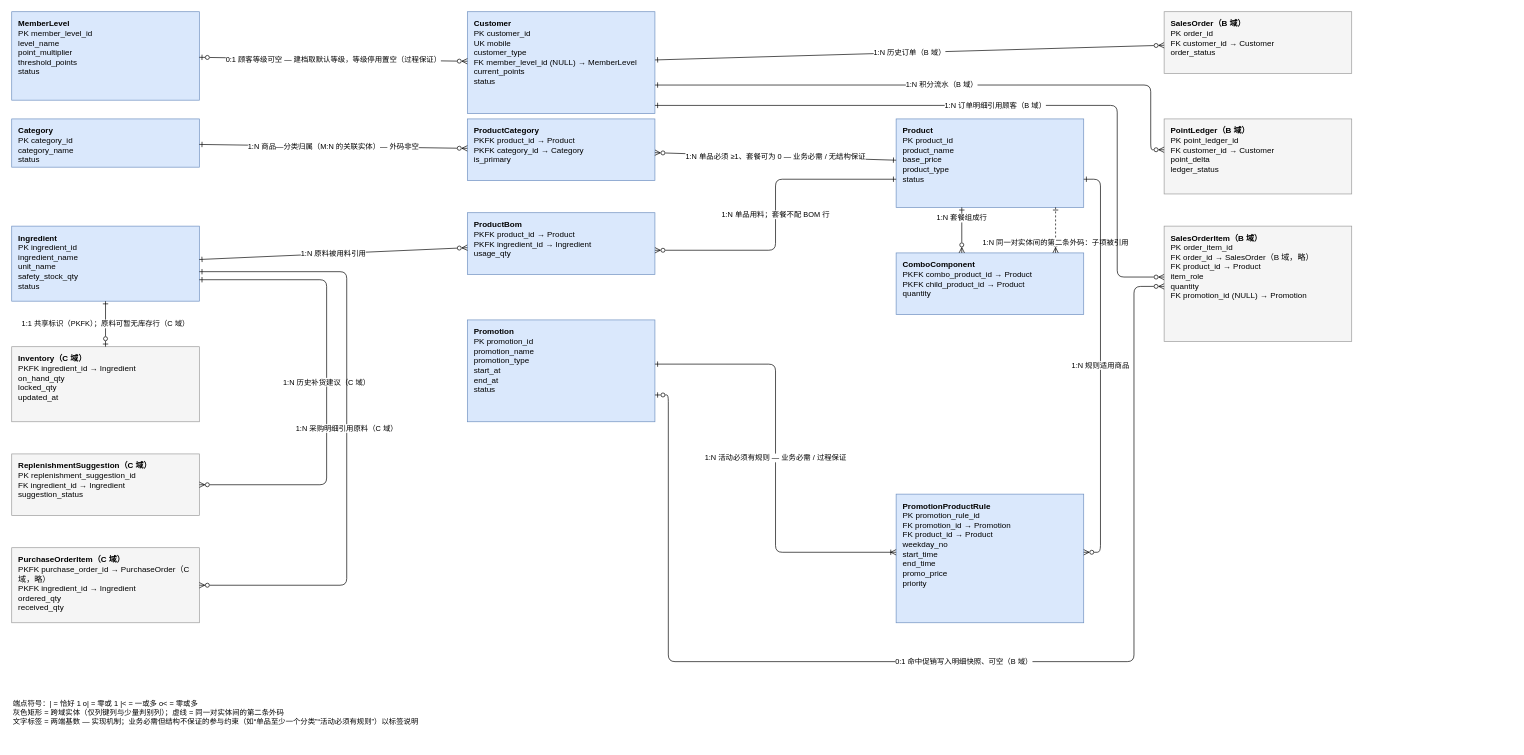
This is docs/er/a-master.drawio from HZYoier/KFC-DB, a draw.io file, before an edit. Source tidied: cells renumbered, new cells numbered last; positions are measured from the earlier drawing's top-left corner, leaving out a move shared by most shapes. Both pictures are drawn from the tidied source at 67%, with x=0, y=0 at pixel (11, 11).
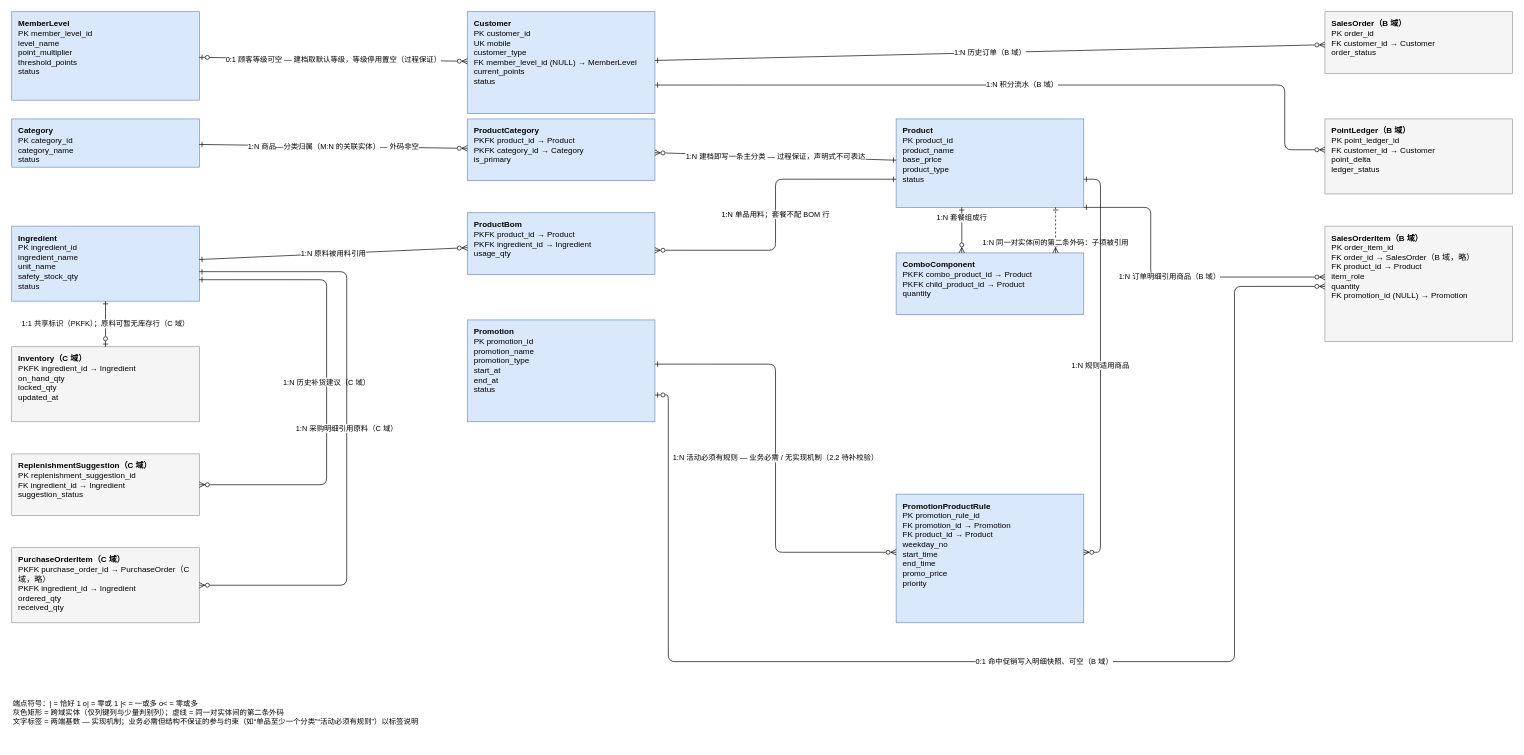
The same page after the edit.

Commit message (it also covers changes not shown here):
docs(er): fix the A-domain r12 edge and align three labels with the schema

The change refers to these unchanged cells:
```xml
<mxCell id="8" value="&lt;b&gt;Customer&lt;/b&gt;&lt;br&gt;PK customer_id&lt;br&gt;UK mobile&lt;br&gt;customer_type&lt;br&gt;FK member_level_id (NULL) → MemberLevel&lt;br&gt;current_points&lt;br&gt;status" style="rounded=0;whiteSpace=wrap;html=1;align=left;verticalAlign=top;spacingLeft=8;spacingTop=4;fontSize=12;fillColor=#dae8fc;strokeColor=#6c8ebf;" parent="1" vertex="1">
  <mxGeometry x="680" width="280" height="152" as="geometry" />
</mxCell>
<mxCell id="9" value="&lt;b&gt;ProductCategory&lt;/b&gt;&lt;br&gt;PKFK product_id → Product&lt;br&gt;PKFK category_id → Category&lt;br&gt;is_primary" style="rounded=0;whiteSpace=wrap;html=1;align=left;verticalAlign=top;spacingLeft=8;spacingTop=4;fontSize=12;fillColor=#dae8fc;strokeColor=#6c8ebf;" parent="1" vertex="1">
  <mxGeometry x="680" y="160" width="280" height="92" as="geometry" />
</mxCell>
<mxCell id="11" value="&lt;b&gt;Promotion&lt;/b&gt;&lt;br&gt;PK promotion_id&lt;br&gt;promotion_name&lt;br&gt;promotion_type&lt;br&gt;start_at&lt;br&gt;end_at&lt;br&gt;status" style="rounded=0;whiteSpace=wrap;html=1;align=left;verticalAlign=top;spacingLeft=8;spacingTop=4;fontSize=12;fillColor=#dae8fc;strokeColor=#6c8ebf;" parent="1" vertex="1">
  <mxGeometry x="680" y="460" width="280" height="152" as="geometry" />
</mxCell>
<mxCell id="12" value="&lt;b&gt;Product&lt;/b&gt;&lt;br&gt;PK product_id&lt;br&gt;product_name&lt;br&gt;base_price&lt;br&gt;product_type&lt;br&gt;status" style="rounded=0;whiteSpace=wrap;html=1;align=left;verticalAlign=top;spacingLeft=8;spacingTop=4;fontSize=12;fillColor=#dae8fc;strokeColor=#6c8ebf;" parent="1" vertex="1">
  <mxGeometry x="1320" y="160" width="280" height="132" as="geometry" />
</mxCell>
<mxCell id="14" value="&lt;b&gt;PromotionProductRule&lt;/b&gt;&lt;br&gt;PK promotion_rule_id&lt;br&gt;FK promotion_id → Promotion&lt;br&gt;FK product_id → Product&lt;br&gt;weekday_no&lt;br&gt;start_time&lt;br&gt;end_time&lt;br&gt;promo_price&lt;br&gt;priority" style="rounded=0;whiteSpace=wrap;html=1;align=left;verticalAlign=top;spacingLeft=8;spacingTop=4;fontSize=12;fillColor=#dae8fc;strokeColor=#6c8ebf;" parent="1" vertex="1">
  <mxGeometry x="1320" y="720" width="280" height="192" as="geometry" />
</mxCell>
```

Diff of the diagram source:
```diff
@@
     <mxCell id="15" value="&lt;b&gt;SalesOrder（B 域）&lt;/b&gt;&lt;br&gt;PK order_id&lt;br&gt;FK customer_id → Customer&lt;br&gt;order_status" style="rounded=0;whiteSpace=wrap;html=1;align=left;verticalAlign=top;spacingLeft=8;spacingTop=4;fontSize=12;fillColor=#f5f5f5;strokeColor=#999999;" parent="1" vertex="1">
-      <mxGeometry x="1720" width="280" height="92" as="geometry" />
+      <mxGeometry x="1960" width="280" height="92" as="geometry" />
     </mxCell>
     <mxCell id="16" value="&lt;b&gt;PointLedger（B 域）&lt;/b&gt;&lt;br&gt;PK point_ledger_id&lt;br&gt;FK customer_id → Customer&lt;br&gt;point_delta&lt;br&gt;ledger_status" style="rounded=0;whiteSpace=wrap;html=1;align=left;verticalAlign=top;spacingLeft=8;spacingTop=4;fontSize=12;fillColor=#f5f5f5;strokeColor=#999999;" parent="1" vertex="1">
-      <mxGeometry x="1720" y="160" width="280" height="112" as="geometry" />
+      <mxGeometry x="1960" y="160" width="280" height="112" as="geometry" />
     </mxCell>
     <mxCell id="17" value="&lt;b&gt;SalesOrderItem（B 域）&lt;/b&gt;&lt;br&gt;PK order_item_id&lt;br&gt;FK order_id → SalesOrder（B 域，略）&lt;br&gt;FK product_id → Product&lt;br&gt;item_role&lt;br&gt;quantity&lt;br&gt;FK promotion_id (NULL) → Promotion" style="rounded=0;whiteSpace=wrap;html=1;align=left;verticalAlign=top;spacingLeft=8;spacingTop=4;fontSize=12;fillColor=#f5f5f5;strokeColor=#999999;" parent="1" vertex="1">
-      <mxGeometry x="1720" y="320" width="280" height="172" as="geometry" />
+      <mxGeometry x="1960" y="320" width="280" height="172" as="geometry" />
     </mxCell>
@@
-    <mxCell id="19" value="1:N 单品必须 ≥1、套餐可为 0 — 业务必需 / 无结构保证" style="html=1;endArrow=ERzeroToMany;startArrow=ERone;endFill=0;startFill=0;fontSize=11;labelBackgroundColor=#ffffff;" parent="1" edge="1" source="12" target="9">
+    <mxCell id="19" value="1:N 建档即写一条主分类 — 过程保证，声明式不可表达" style="html=1;endArrow=ERzeroToMany;startArrow=ERone;endFill=0;startFill=0;fontSize=11;labelBackgroundColor=#ffffff;" parent="1" edge="1" source="12" target="9">
       <mxGeometry relative="1" as="geometry" />
     </mxCell>
@@
-    <mxCell id="25" value="1:N 活动必须有规则 — 业务必需 / 过程保证" style="html=1;endArrow=ERoneToMany;startArrow=ERone;endFill=0;startFill=0;fontSize=11;labelBackgroundColor=#ffffff;exitX=1;exitY=0.434;entryX=0;entryY=0.452;edgeStyle=orthogonalEdgeStyle;" parent="1" edge="1" source="11" target="14">
+    <mxCell id="25" value="1:N 活动必须有规则 — 业务必需 / 无实现机制（2.2 待补校验）" style="html=1;endArrow=ERzeroToMany;startArrow=ERone;endFill=0;startFill=0;fontSize=11;labelBackgroundColor=#ffffff;exitX=1;exitY=0.434;entryX=0;entryY=0.452;edgeStyle=orthogonalEdgeStyle;" parent="1" edge="1" source="11" target="14">
       <mxGeometry relative="1" as="geometry">
         <Array as="points">
           <mxPoint x="1140" y="526" />
           <mxPoint x="1140" y="806" />
         </Array>
       </mxGeometry>
     </mxCell>
@@
     <mxCell id="28" value="1:N 积分流水（B 域）" style="html=1;endArrow=ERzeroToMany;startArrow=ERone;endFill=0;startFill=0;fontSize=11;labelBackgroundColor=#ffffff;exitX=1;exitY=0.72;entryX=0;entryY=0.411;edgeStyle=orthogonalEdgeStyle;" parent="1" edge="1" source="8" target="16">
       <mxGeometry relative="1" as="geometry">
         <Array as="points">
-          <mxPoint x="1700" y="109" />
-          <mxPoint x="1700" y="206" />
+          <mxPoint x="1900" y="109" />
+          <mxPoint x="1900" y="206" />
         </Array>
       </mxGeometry>
     </mxCell>
-    <mxCell id="29" value="1:N 订单明细引用顾客（B 域）" style="html=1;endArrow=ERzeroToMany;startArrow=ERone;endFill=0;startFill=0;fontSize=11;labelBackgroundColor=#ffffff;exitX=1;exitY=0.92;entryX=0;entryY=0.442;edgeStyle=orthogonalEdgeStyle;" parent="1" edge="1" source="8" target="17">
+    <mxCell id="29" value="1:N 订单明细引用商品（B 域）" style="html=1;endArrow=ERzeroToMany;startArrow=ERone;endFill=0;startFill=0;fontSize=11;labelBackgroundColor=#ffffff;exitX=1;exitY=1;entryX=0;entryY=0.442;edgeStyle=orthogonalEdgeStyle;" parent="1" edge="1" source="12" target="17">
       <mxGeometry relative="1" as="geometry">
         <Array as="points">
-          <mxPoint x="1650" y="140" />
-          <mxPoint x="1650" y="396" />
+          <mxPoint x="1700" y="292" />
+          <mxPoint x="1700" y="396" />
         </Array>
       </mxGeometry>
     </mxCell>
@@
     <mxCell id="33" value="0:1 命中促销写入明细快照、可空（B 域）" style="html=1;endArrow=ERzeroToMany;startArrow=ERzeroToOne;endFill=0;startFill=0;fontSize=11;labelBackgroundColor=#ffffff;exitX=1;exitY=0.737;entryX=0;entryY=0.523;edgeStyle=orthogonalEdgeStyle;" parent="1" edge="1" source="11" target="17">
       <mxGeometry relative="1" as="geometry">
         <Array as="points">
           <mxPoint x="980" y="572" />
           <mxPoint x="980" y="970" />
-          <mxPoint x="1675" y="970" />
-          <mxPoint x="1675" y="410" />
+          <mxPoint x="1825" y="970" />
+          <mxPoint x="1825" y="410" />
         </Array>
       </mxGeometry>
     </mxCell>
```
